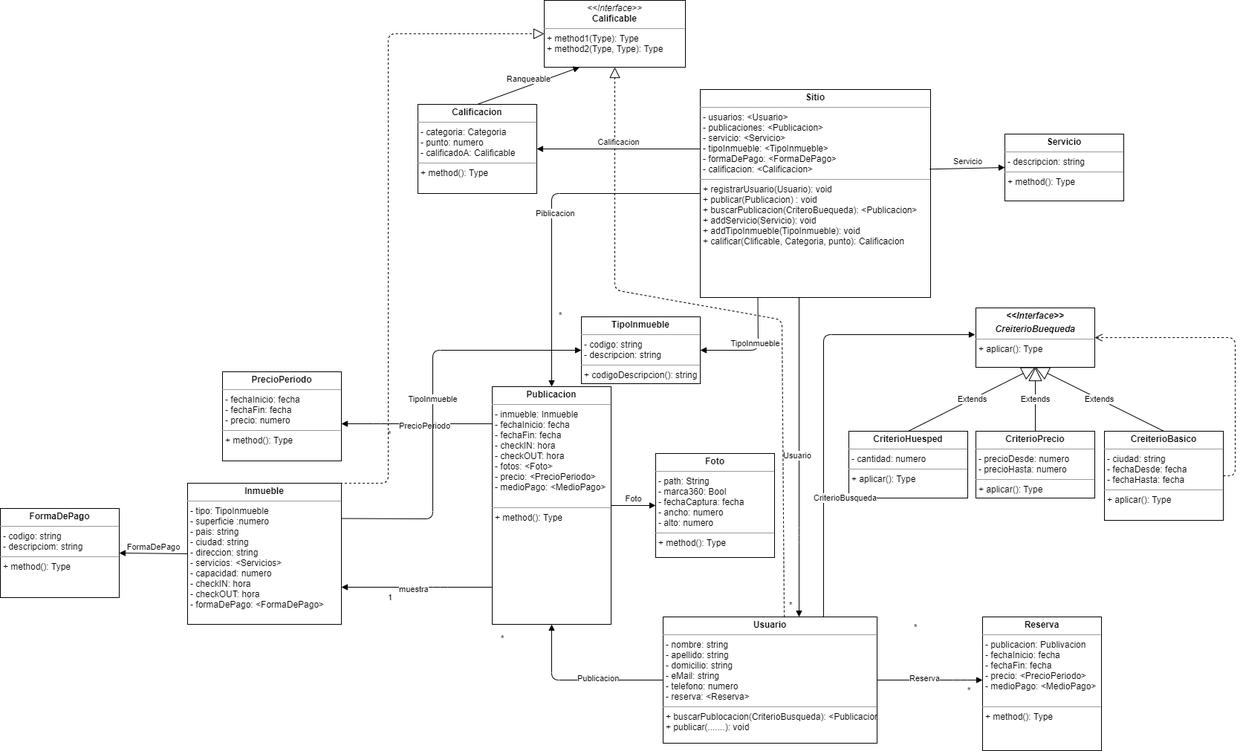
The draw.io diagram UML_PO2_TP_FINALPNG1.png in CundariNicolas/PO2_TP_FINAL_2021, before a commit. Source tidied: cells renumbered, new cells last; positions are measured from the earlier drawing's top-left corner, leaving out a move shared by most shapes.
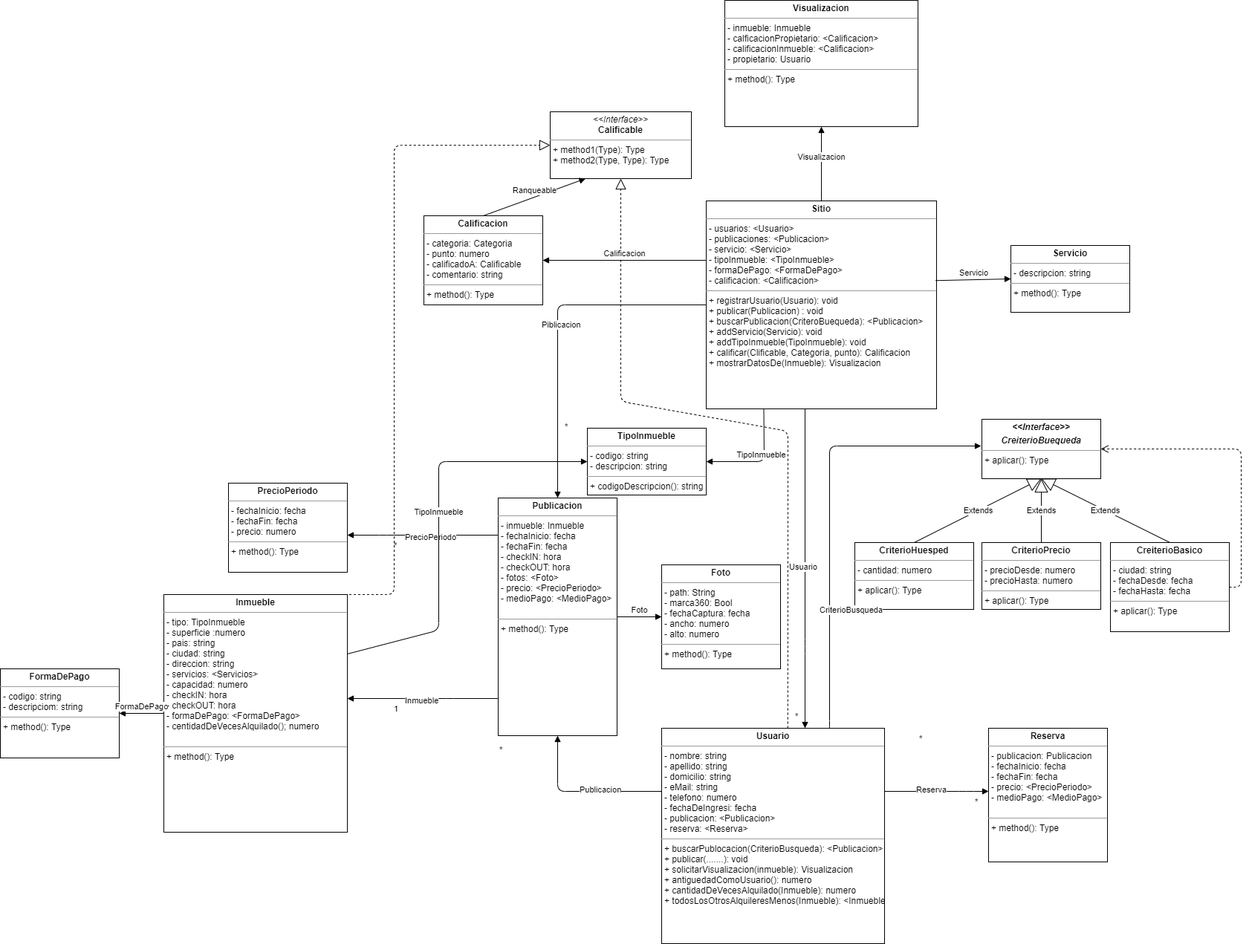
After the change.

Diff of the diagram source:
```diff
@@ -2,22 +2,22 @@
   <root>
     <mxCell id="0" />
     <mxCell id="1" parent="0" />
-    <mxCell id="2" value="&lt;p style=&quot;margin: 0px ; margin-top: 4px ; text-align: center&quot;&gt;&lt;b&gt;Usuario&lt;/b&gt;&lt;/p&gt;&lt;hr size=&quot;1&quot;&gt;&lt;p style=&quot;margin: 0px ; margin-left: 4px&quot;&gt;- nombre: string&lt;/p&gt;&lt;p style=&quot;margin: 0px ; margin-left: 4px&quot;&gt;- apellido: string&lt;/p&gt;&lt;p style=&quot;margin: 0px ; margin-left: 4px&quot;&gt;- domicilio: string&lt;/p&gt;&lt;p style=&quot;margin: 0px ; margin-left: 4px&quot;&gt;- eMail: string&lt;/p&gt;&lt;p style=&quot;margin: 0px ; margin-left: 4px&quot;&gt;- telefono: numero&lt;/p&gt;&lt;p style=&quot;margin: 0px ; margin-left: 4px&quot;&gt;- reserva: &amp;lt;Reserva&amp;gt;&lt;/p&gt;&lt;hr size=&quot;1&quot;&gt;&lt;p style=&quot;margin: 0px ; margin-left: 4px&quot;&gt;+ buscarPublocacion(CriterioBusqueda): &amp;lt;Publicacion&amp;gt;&lt;/p&gt;&lt;p style=&quot;margin: 0px ; margin-left: 4px&quot;&gt;+ publicar(.......): void&lt;/p&gt;" style="verticalAlign=top;align=left;overflow=fill;fontSize=12;fontFamily=Helvetica;html=1;" parent="1" vertex="1">
-      <mxGeometry x="892" y="830" width="288" height="170" as="geometry" />
+    <mxCell id="2" value="&lt;p style=&quot;margin: 0px ; margin-top: 4px ; text-align: center&quot;&gt;&lt;b&gt;Usuario&lt;/b&gt;&lt;/p&gt;&lt;hr size=&quot;1&quot;&gt;&lt;p style=&quot;margin: 0px ; margin-left: 4px&quot;&gt;- nombre: string&lt;/p&gt;&lt;p style=&quot;margin: 0px ; margin-left: 4px&quot;&gt;- apellido: string&lt;/p&gt;&lt;p style=&quot;margin: 0px ; margin-left: 4px&quot;&gt;- domicilio: string&lt;/p&gt;&lt;p style=&quot;margin: 0px ; margin-left: 4px&quot;&gt;- eMail: string&lt;/p&gt;&lt;p style=&quot;margin: 0px ; margin-left: 4px&quot;&gt;- telefono: numero&lt;/p&gt;&lt;p style=&quot;margin: 0px ; margin-left: 4px&quot;&gt;- fechaDeIngresi: fecha&lt;/p&gt;&lt;p style=&quot;margin: 0px ; margin-left: 4px&quot;&gt;- publicacion: &amp;lt;Publicacion&amp;gt;&lt;/p&gt;&lt;p style=&quot;margin: 0px ; margin-left: 4px&quot;&gt;- reserva: &amp;lt;Reserva&amp;gt;&lt;/p&gt;&lt;hr size=&quot;1&quot;&gt;&lt;p style=&quot;margin: 0px ; margin-left: 4px&quot;&gt;+ buscarPublocacion(CriterioBusqueda): &amp;lt;Publicacion&amp;gt;&lt;/p&gt;&lt;p style=&quot;margin: 0px ; margin-left: 4px&quot;&gt;+ publicar(.......): void&lt;/p&gt;&lt;p style=&quot;margin: 0px ; margin-left: 4px&quot;&gt;+ solicitarVisualizacion(inmueble): Visualizacion&lt;/p&gt;&lt;p style=&quot;margin: 0px ; margin-left: 4px&quot;&gt;+ antiguedadComoUsuario(): numero&lt;/p&gt;&lt;p style=&quot;margin: 0px ; margin-left: 4px&quot;&gt;+ cantidadDeVecesAlquilado(Inmueble): numero&lt;/p&gt;&lt;p style=&quot;margin: 0px ; margin-left: 4px&quot;&gt;+ todosLosOtrosAlquileresMenos(Inmueble): &amp;lt;Inmueble&amp;gt;&lt;/p&gt;" style="verticalAlign=top;align=left;overflow=fill;fontSize=12;fontFamily=Helvetica;html=1;" parent="1" vertex="1">
+      <mxGeometry x="882" y="830" width="300" height="290" as="geometry" />
     </mxCell>
     <mxCell id="3" value="&lt;p style=&quot;margin: 0px ; margin-top: 4px ; text-align: center&quot;&gt;&lt;b&gt;Publicacion&lt;/b&gt;&lt;/p&gt;&lt;hr size=&quot;1&quot;&gt;&lt;p style=&quot;margin: 0px ; margin-left: 4px&quot;&gt;- inmueble: Inmueble&lt;/p&gt;&lt;p style=&quot;margin: 0px ; margin-left: 4px&quot;&gt;- fechaInicio: fecha&lt;/p&gt;&lt;p style=&quot;margin: 0px ; margin-left: 4px&quot;&gt;- fechaFin: fecha&lt;/p&gt;&lt;p style=&quot;margin: 0px ; margin-left: 4px&quot;&gt;- checkIN: hora&lt;/p&gt;&lt;p style=&quot;margin: 0px ; margin-left: 4px&quot;&gt;- checkOUT: hora&lt;/p&gt;&lt;p style=&quot;margin: 0px ; margin-left: 4px&quot;&gt;- fotos: &amp;lt;Foto&amp;gt;&lt;/p&gt;&lt;p style=&quot;margin: 0px ; margin-left: 4px&quot;&gt;- precio: &amp;lt;PrecioPeriodo&amp;gt;&lt;/p&gt;&lt;p style=&quot;margin: 0px ; margin-left: 4px&quot;&gt;- medioPago: &amp;lt;MedioPago&amp;gt;&lt;/p&gt;&lt;p style=&quot;margin: 0px ; margin-left: 4px&quot;&gt;&lt;br&gt;&lt;/p&gt;&lt;hr size=&quot;1&quot;&gt;&lt;p style=&quot;margin: 0px ; margin-left: 4px&quot;&gt;+ method(): Type&lt;/p&gt;" style="verticalAlign=top;align=left;overflow=fill;fontSize=12;fontFamily=Helvetica;html=1;" parent="1" vertex="1">
       <mxGeometry x="662" y="520" width="160" height="320" as="geometry" />
     </mxCell>
-    <mxCell id="4" value="&lt;p style=&quot;margin: 0px ; margin-top: 4px ; text-align: center&quot;&gt;&lt;b&gt;Sitio&lt;/b&gt;&lt;/p&gt;&lt;hr size=&quot;1&quot;&gt;&lt;p style=&quot;margin: 0px ; margin-left: 4px&quot;&gt;- usuarios: &amp;lt;Usuario&amp;gt;&lt;/p&gt;&lt;p style=&quot;margin: 0px ; margin-left: 4px&quot;&gt;- publicaciones: &amp;lt;Publicacion&amp;gt;&lt;/p&gt;&lt;p style=&quot;margin: 0px ; margin-left: 4px&quot;&gt;- servicio: &amp;lt;Servicio&amp;gt;&lt;/p&gt;&lt;p style=&quot;margin: 0px ; margin-left: 4px&quot;&gt;- tipoInmueble: &amp;lt;TipoInmueble&amp;gt;&lt;/p&gt;&lt;p style=&quot;margin: 0px ; margin-left: 4px&quot;&gt;- formaDePago: &amp;lt;FormaDePago&amp;gt;&lt;/p&gt;&lt;p style=&quot;margin: 0px ; margin-left: 4px&quot;&gt;- calificacion: &amp;lt;Calificacion&amp;gt;&lt;/p&gt;&lt;hr size=&quot;1&quot;&gt;&lt;p style=&quot;margin: 0px ; margin-left: 4px&quot;&gt;+ registrarUsuario(Usuario): void&lt;/p&gt;&lt;p style=&quot;margin: 0px ; margin-left: 4px&quot;&gt;+ publicar(Publicacion) : void&lt;/p&gt;&lt;p style=&quot;margin: 0px ; margin-left: 4px&quot;&gt;+ buscarPublicacion(CriteroBuequeda): &amp;lt;Publicacion&amp;gt;&lt;/p&gt;&lt;p style=&quot;margin: 0px ; margin-left: 4px&quot;&gt;+ addServicio(Servicio): void&lt;/p&gt;&lt;p style=&quot;margin: 0px ; margin-left: 4px&quot;&gt;+ addTipoInmueble(TipoInmueble): void&lt;/p&gt;&lt;p style=&quot;margin: 0px ; margin-left: 4px&quot;&gt;+ calificar(Clificable, Categoria, punto): Calificacion&lt;/p&gt;" style="verticalAlign=top;align=left;overflow=fill;fontSize=12;fontFamily=Helvetica;html=1;" parent="1" vertex="1">
+    <mxCell id="4" value="&lt;p style=&quot;margin: 0px ; margin-top: 4px ; text-align: center&quot;&gt;&lt;b&gt;Sitio&lt;/b&gt;&lt;/p&gt;&lt;hr size=&quot;1&quot;&gt;&lt;p style=&quot;margin: 0px ; margin-left: 4px&quot;&gt;- usuarios: &amp;lt;Usuario&amp;gt;&lt;/p&gt;&lt;p style=&quot;margin: 0px ; margin-left: 4px&quot;&gt;- publicaciones: &amp;lt;Publicacion&amp;gt;&lt;/p&gt;&lt;p style=&quot;margin: 0px ; margin-left: 4px&quot;&gt;- servicio: &amp;lt;Servicio&amp;gt;&lt;/p&gt;&lt;p style=&quot;margin: 0px ; margin-left: 4px&quot;&gt;- tipoInmueble: &amp;lt;TipoInmueble&amp;gt;&lt;/p&gt;&lt;p style=&quot;margin: 0px ; margin-left: 4px&quot;&gt;- formaDePago: &amp;lt;FormaDePago&amp;gt;&lt;/p&gt;&lt;p style=&quot;margin: 0px ; margin-left: 4px&quot;&gt;- calificacion: &amp;lt;Calificacion&amp;gt;&lt;/p&gt;&lt;hr size=&quot;1&quot;&gt;&lt;p style=&quot;margin: 0px ; margin-left: 4px&quot;&gt;+ registrarUsuario(Usuario): void&lt;/p&gt;&lt;p style=&quot;margin: 0px ; margin-left: 4px&quot;&gt;+ publicar(Publicacion) : void&lt;/p&gt;&lt;p style=&quot;margin: 0px ; margin-left: 4px&quot;&gt;+ buscarPublicacion(CriteroBuequeda): &amp;lt;Publicacion&amp;gt;&lt;/p&gt;&lt;p style=&quot;margin: 0px ; margin-left: 4px&quot;&gt;+ addServicio(Servicio): void&lt;/p&gt;&lt;p style=&quot;margin: 0px ; margin-left: 4px&quot;&gt;+ addTipoInmueble(TipoInmueble): void&lt;/p&gt;&lt;p style=&quot;margin: 0px ; margin-left: 4px&quot;&gt;+ calificar(Clificable, Categoria, punto): Calificacion&lt;/p&gt;&lt;p style=&quot;margin: 0px ; margin-left: 4px&quot;&gt;+ mostrarDatosDe(Inmueble): Visualizacion&lt;/p&gt;" style="verticalAlign=top;align=left;overflow=fill;fontSize=12;fontFamily=Helvetica;html=1;" parent="1" vertex="1">
       <mxGeometry x="942" y="120" width="310" height="280" as="geometry" />
     </mxCell>
-    <mxCell id="5" value="&lt;p style=&quot;margin: 0px ; margin-top: 4px ; text-align: center&quot;&gt;&lt;b&gt;Inmueble&lt;/b&gt;&lt;/p&gt;&lt;hr size=&quot;1&quot;&gt;&lt;p style=&quot;margin: 0px ; margin-left: 4px&quot;&gt;- tipo: TipoInmueble&lt;/p&gt;&lt;p style=&quot;margin: 0px ; margin-left: 4px&quot;&gt;- superficie :numero&lt;/p&gt;&lt;p style=&quot;margin: 0px ; margin-left: 4px&quot;&gt;- pais: string&lt;/p&gt;&lt;p style=&quot;margin: 0px ; margin-left: 4px&quot;&gt;- ciudad: string&lt;/p&gt;&lt;p style=&quot;margin: 0px ; margin-left: 4px&quot;&gt;- direccion: string&lt;/p&gt;&lt;p style=&quot;margin: 0px ; margin-left: 4px&quot;&gt;- servicios: &amp;lt;Servicios&amp;gt;&lt;/p&gt;&lt;p style=&quot;margin: 0px ; margin-left: 4px&quot;&gt;- capacidad: numero&lt;/p&gt;&lt;p style=&quot;margin: 0px ; margin-left: 4px&quot;&gt;- checkIN: hora&lt;/p&gt;&lt;p style=&quot;margin: 0px ; margin-left: 4px&quot;&gt;- checkOUT: hora&lt;/p&gt;&lt;p style=&quot;margin: 0px ; margin-left: 4px&quot;&gt;- formaDePago: &amp;lt;FormaDePago&amp;gt;&lt;/p&gt;&lt;p style=&quot;margin: 0px ; margin-left: 4px&quot;&gt;&lt;br&gt;&lt;/p&gt;&lt;hr size=&quot;1&quot;&gt;&lt;p style=&quot;margin: 0px ; margin-left: 4px&quot;&gt;+ method(): Type&lt;/p&gt;" style="verticalAlign=top;align=left;overflow=fill;fontSize=12;fontFamily=Helvetica;html=1;" parent="1" vertex="1">
-      <mxGeometry x="252" y="650" width="207" height="190" as="geometry" />
+    <mxCell id="5" value="&lt;p style=&quot;margin: 0px ; margin-top: 4px ; text-align: center&quot;&gt;&lt;b&gt;Inmueble&lt;/b&gt;&lt;/p&gt;&lt;hr size=&quot;1&quot;&gt;&lt;p style=&quot;margin: 0px ; margin-left: 4px&quot;&gt;- tipo: TipoInmueble&lt;/p&gt;&lt;p style=&quot;margin: 0px ; margin-left: 4px&quot;&gt;- superficie :numero&lt;/p&gt;&lt;p style=&quot;margin: 0px ; margin-left: 4px&quot;&gt;- pais: string&lt;/p&gt;&lt;p style=&quot;margin: 0px ; margin-left: 4px&quot;&gt;- ciudad: string&lt;/p&gt;&lt;p style=&quot;margin: 0px ; margin-left: 4px&quot;&gt;- direccion: string&lt;/p&gt;&lt;p style=&quot;margin: 0px ; margin-left: 4px&quot;&gt;- servicios: &amp;lt;Servicios&amp;gt;&lt;/p&gt;&lt;p style=&quot;margin: 0px ; margin-left: 4px&quot;&gt;- capacidad: numero&lt;/p&gt;&lt;p style=&quot;margin: 0px ; margin-left: 4px&quot;&gt;- checkIN: hora&lt;/p&gt;&lt;p style=&quot;margin: 0px ; margin-left: 4px&quot;&gt;- checkOUT: hora&lt;/p&gt;&lt;p style=&quot;margin: 0px ; margin-left: 4px&quot;&gt;- formaDePago: &amp;lt;FormaDePago&amp;gt;&lt;/p&gt;&lt;p style=&quot;margin: 0px ; margin-left: 4px&quot;&gt;- centidadDeVecesAlquilado(); numero&lt;/p&gt;&lt;p style=&quot;margin: 0px ; margin-left: 4px&quot;&gt;&lt;br&gt;&lt;/p&gt;&lt;hr size=&quot;1&quot;&gt;&lt;p style=&quot;margin: 0px ; margin-left: 4px&quot;&gt;+ method(): Type&lt;/p&gt;" style="verticalAlign=top;align=left;overflow=fill;fontSize=12;fontFamily=Helvetica;html=1;" parent="1" vertex="1">
+      <mxGeometry x="212" y="650" width="247" height="320" as="geometry" />
     </mxCell>
     <mxCell id="6" value="&lt;p style=&quot;margin: 0px ; margin-top: 4px ; text-align: center&quot;&gt;&lt;b&gt;PrecioPeriodo&lt;/b&gt;&lt;/p&gt;&lt;hr size=&quot;1&quot;&gt;&lt;p style=&quot;margin: 0px ; margin-left: 4px&quot;&gt;- fechaInicio: fecha&lt;/p&gt;&lt;p style=&quot;margin: 0px ; margin-left: 4px&quot;&gt;- fechaFin: fecha&lt;/p&gt;&lt;p style=&quot;margin: 0px ; margin-left: 4px&quot;&gt;- precio: numero&lt;/p&gt;&lt;hr size=&quot;1&quot;&gt;&lt;p style=&quot;margin: 0px ; margin-left: 4px&quot;&gt;+ method(): Type&lt;/p&gt;" style="verticalAlign=top;align=left;overflow=fill;fontSize=12;fontFamily=Helvetica;html=1;" parent="1" vertex="1">
       <mxGeometry x="299" y="500" width="160" height="120" as="geometry" />
     </mxCell>
-    <mxCell id="7" value="&lt;p style=&quot;margin: 0px ; margin-top: 4px ; text-align: center&quot;&gt;&lt;b&gt;Reserva&lt;/b&gt;&lt;/p&gt;&lt;hr size=&quot;1&quot;&gt;&lt;p style=&quot;margin: 0px ; margin-left: 4px&quot;&gt;- publicacion: Publivacion&lt;/p&gt;&lt;p style=&quot;margin: 0px ; margin-left: 4px&quot;&gt;- fechaInicio: fecha&lt;/p&gt;&lt;p style=&quot;margin: 0px ; margin-left: 4px&quot;&gt;- fechaFin: fecha&lt;/p&gt;&lt;p style=&quot;margin: 0px ; margin-left: 4px&quot;&gt;- precio: &amp;lt;PrecioPeriodo&amp;gt;&lt;/p&gt;&lt;p style=&quot;margin: 0px ; margin-left: 4px&quot;&gt;- medioPago: &amp;lt;MedioPago&amp;gt;&lt;/p&gt;&lt;p style=&quot;margin: 0px ; margin-left: 4px&quot;&gt;&lt;br&gt;&lt;/p&gt;&lt;hr size=&quot;1&quot;&gt;&lt;p style=&quot;margin: 0px ; margin-left: 4px&quot;&gt;+ method(): Type&lt;/p&gt;" style="verticalAlign=top;align=left;overflow=fill;fontSize=12;fontFamily=Helvetica;html=1;" parent="1" vertex="1">
+    <mxCell id="7" value="&lt;p style=&quot;margin: 0px ; margin-top: 4px ; text-align: center&quot;&gt;&lt;b&gt;Reserva&lt;/b&gt;&lt;/p&gt;&lt;hr size=&quot;1&quot;&gt;&lt;p style=&quot;margin: 0px ; margin-left: 4px&quot;&gt;- publicacion: Publicacion&lt;/p&gt;&lt;p style=&quot;margin: 0px ; margin-left: 4px&quot;&gt;- fechaInicio: fecha&lt;/p&gt;&lt;p style=&quot;margin: 0px ; margin-left: 4px&quot;&gt;- fechaFin: fecha&lt;/p&gt;&lt;p style=&quot;margin: 0px ; margin-left: 4px&quot;&gt;- precio: &amp;lt;PrecioPeriodo&amp;gt;&lt;/p&gt;&lt;p style=&quot;margin: 0px ; margin-left: 4px&quot;&gt;- medioPago: &amp;lt;MedioPago&amp;gt;&lt;/p&gt;&lt;p style=&quot;margin: 0px ; margin-left: 4px&quot;&gt;&lt;br&gt;&lt;/p&gt;&lt;hr size=&quot;1&quot;&gt;&lt;p style=&quot;margin: 0px ; margin-left: 4px&quot;&gt;+ method(): Type&lt;/p&gt;" style="verticalAlign=top;align=left;overflow=fill;fontSize=12;fontFamily=Helvetica;html=1;" parent="1" vertex="1">
       <mxGeometry x="1322" y="830" width="160" height="180" as="geometry" />
     </mxCell>
     <mxCell id="8" value="Usuario" style="endArrow=block;endFill=1;html=1;edgeStyle=orthogonalEdgeStyle;align=left;verticalAlign=top;" parent="1" edge="1" source="4" target="2">
@@ -66,7 +66,7 @@
         <mxPoint x="-210" y="190" as="offset" />
       </mxGeometry>
     </mxCell>
-    <mxCell id="16" value="muestra" style="endArrow=block;endFill=1;html=1;edgeStyle=orthogonalEdgeStyle;align=left;verticalAlign=top;" parent="1" edge="1" source="3" target="5">
+    <mxCell id="16" value="Inmueble" style="endArrow=block;endFill=1;html=1;edgeStyle=orthogonalEdgeStyle;align=left;verticalAlign=top;" parent="1" edge="1" source="3" target="5">
       <mxGeometry x="0.25" y="-10" relative="1" as="geometry">
         <Array as="points">
           <mxPoint x="592" y="790" />
@@ -124,7 +124,7 @@
       </mxGeometry>
     </mxCell>
     <mxCell id="27" value="&lt;p style=&quot;margin: 0px ; margin-top: 4px ; text-align: center&quot;&gt;&lt;b&gt;FormaDePago&lt;/b&gt;&lt;/p&gt;&lt;hr size=&quot;1&quot;&gt;&lt;p style=&quot;margin: 0px ; margin-left: 4px&quot;&gt;- codigo: string&lt;/p&gt;&lt;p style=&quot;margin: 0px ; margin-left: 4px&quot;&gt;- descripciom: string&lt;/p&gt;&lt;hr size=&quot;1&quot;&gt;&lt;p style=&quot;margin: 0px ; margin-left: 4px&quot;&gt;+ method(): Type&lt;/p&gt;" style="verticalAlign=top;align=left;overflow=fill;fontSize=12;fontFamily=Helvetica;html=1;" parent="1" vertex="1">
-      <mxGeometry y="684" width="160" height="120" as="geometry" />
+      <mxGeometry x="-8" y="750" width="160" height="120" as="geometry" />
     </mxCell>
     <mxCell id="28" value="FormaDePago" style="html=1;verticalAlign=bottom;endArrow=block;exitX=0;exitY=0.5;exitDx=0;exitDy=0;entryX=1;entryY=0.5;entryDx=0;entryDy=0;" parent="1" edge="1" source="5" target="27">
       <mxGeometry relative="1" as="geometry" />
@@ -193,7 +193,7 @@
         </Array>
       </mxGeometry>
     </mxCell>
-    <mxCell id="42" value="&lt;p style=&quot;margin: 0px ; margin-top: 4px ; text-align: center&quot;&gt;&lt;b&gt;Calificacion&lt;/b&gt;&lt;/p&gt;&lt;hr size=&quot;1&quot;&gt;&lt;p style=&quot;margin: 0px ; margin-left: 4px&quot;&gt;- categoria: Categoria&lt;/p&gt;&lt;p style=&quot;margin: 0px ; margin-left: 4px&quot;&gt;- punto: numero&lt;/p&gt;&lt;p style=&quot;margin: 0px ; margin-left: 4px&quot;&gt;- calificadoA: Calificable&lt;/p&gt;&lt;hr size=&quot;1&quot;&gt;&lt;p style=&quot;margin: 0px ; margin-left: 4px&quot;&gt;+ method(): Type&lt;/p&gt;" style="verticalAlign=top;align=left;overflow=fill;fontSize=12;fontFamily=Helvetica;html=1;" parent="1" vertex="1">
+    <mxCell id="42" value="&lt;p style=&quot;margin: 0px ; margin-top: 4px ; text-align: center&quot;&gt;&lt;b&gt;Calificacion&lt;/b&gt;&lt;/p&gt;&lt;hr size=&quot;1&quot;&gt;&lt;p style=&quot;margin: 0px ; margin-left: 4px&quot;&gt;- categoria: Categoria&lt;/p&gt;&lt;p style=&quot;margin: 0px ; margin-left: 4px&quot;&gt;- punto: numero&lt;/p&gt;&lt;p style=&quot;margin: 0px ; margin-left: 4px&quot;&gt;- calificadoA: Calificable&lt;/p&gt;&lt;p style=&quot;margin: 0px ; margin-left: 4px&quot;&gt;- comentario: string&lt;/p&gt;&lt;hr size=&quot;1&quot;&gt;&lt;p style=&quot;margin: 0px ; margin-left: 4px&quot;&gt;+ method(): Type&lt;/p&gt;" style="verticalAlign=top;align=left;overflow=fill;fontSize=12;fontFamily=Helvetica;html=1;" parent="1" vertex="1">
       <mxGeometry x="562" y="140" width="160" height="120" as="geometry" />
     </mxCell>
     <mxCell id="43" value="Ranqueable" style="html=1;verticalAlign=bottom;endArrow=block;exitX=0.5;exitY=0;exitDx=0;exitDy=0;entryX=0.25;entryY=1;entryDx=0;entryDy=0;" parent="1" edge="1" source="42" target="39">
@@ -204,5 +204,11 @@
         <mxPoint x="942" y="200" as="sourcePoint" />
       </mxGeometry>
     </mxCell>
+    <mxCell id="45" value="&lt;p style=&quot;margin: 0px ; margin-top: 4px ; text-align: center&quot;&gt;&lt;b&gt;Visualizacion&lt;/b&gt;&lt;/p&gt;&lt;hr size=&quot;1&quot;&gt;&lt;p style=&quot;margin: 0px ; margin-left: 4px&quot;&gt;&lt;span&gt;- inmueble: Inmueble&lt;/span&gt;&lt;br&gt;&lt;/p&gt;&lt;p style=&quot;margin: 0px ; margin-left: 4px&quot;&gt;&lt;span&gt;- calficacionPropietario: &amp;lt;Calificacion&amp;gt;&lt;/span&gt;&lt;/p&gt;&lt;p style=&quot;margin: 0px ; margin-left: 4px&quot;&gt;- calificacionInmueble: &amp;lt;Calificacion&amp;gt;&lt;/p&gt;&lt;p style=&quot;margin: 0px ; margin-left: 4px&quot;&gt;- propietario: Usuario&lt;/p&gt;&lt;hr size=&quot;1&quot;&gt;&lt;p style=&quot;margin: 0px ; margin-left: 4px&quot;&gt;+ method(): Type&lt;/p&gt;" style="verticalAlign=top;align=left;overflow=fill;fontSize=12;fontFamily=Helvetica;html=1;" parent="1" vertex="1">
+      <mxGeometry x="967" y="-150" width="260" height="170" as="geometry" />
+    </mxCell>
+    <mxCell id="46" value="Visualizacion" style="html=1;verticalAlign=bottom;endArrow=block;entryX=0.5;entryY=1;entryDx=0;entryDy=0;exitX=0.5;exitY=0;exitDx=0;exitDy=0;" parent="1" edge="1" source="4" target="45">
+      <mxGeometry relative="1" as="geometry" />
+    </mxCell>
   </root>
 </mxGraphModel>
```
